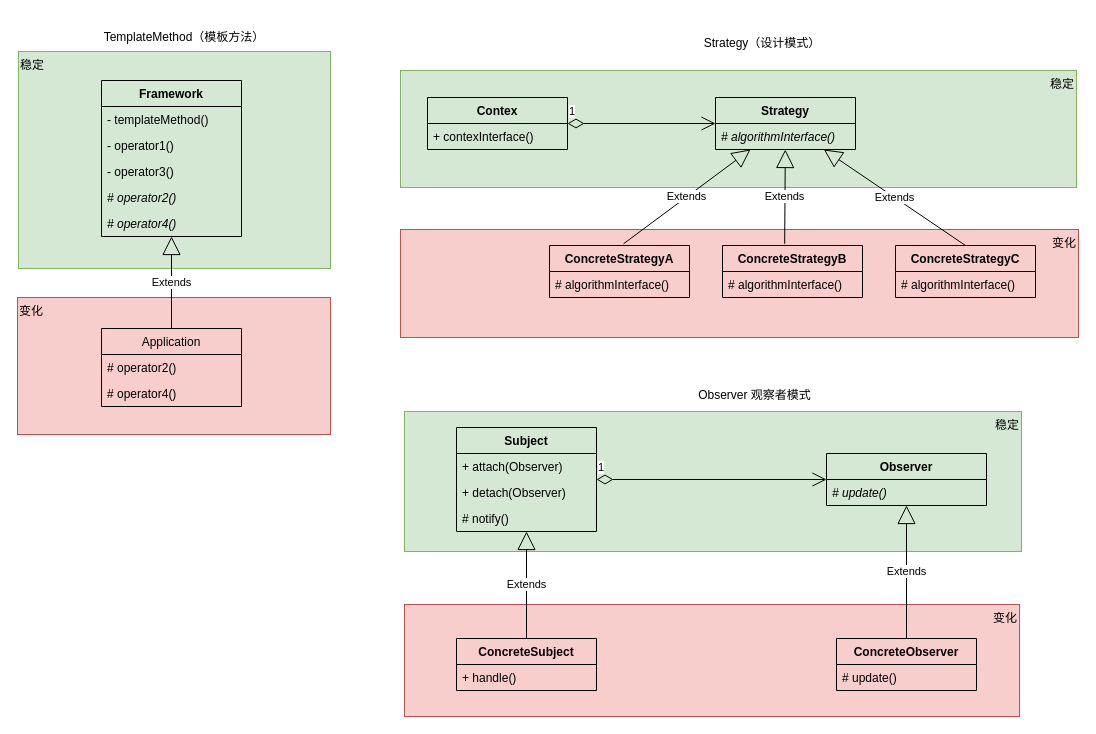
The draw.io diagram [language]/[What]c_cpp--base/gof/pic/uml.drawio in KcMeterCEC/explore, before the edit. Source tidied: cells renumbered, new cells numbered last; positions are measured from the earlier drawing's top-left corner, leaving out a move shared by most shapes. Both pictures are drawn from the tidied source at 100%, with x=0, y=0 at pixel (17, 17).
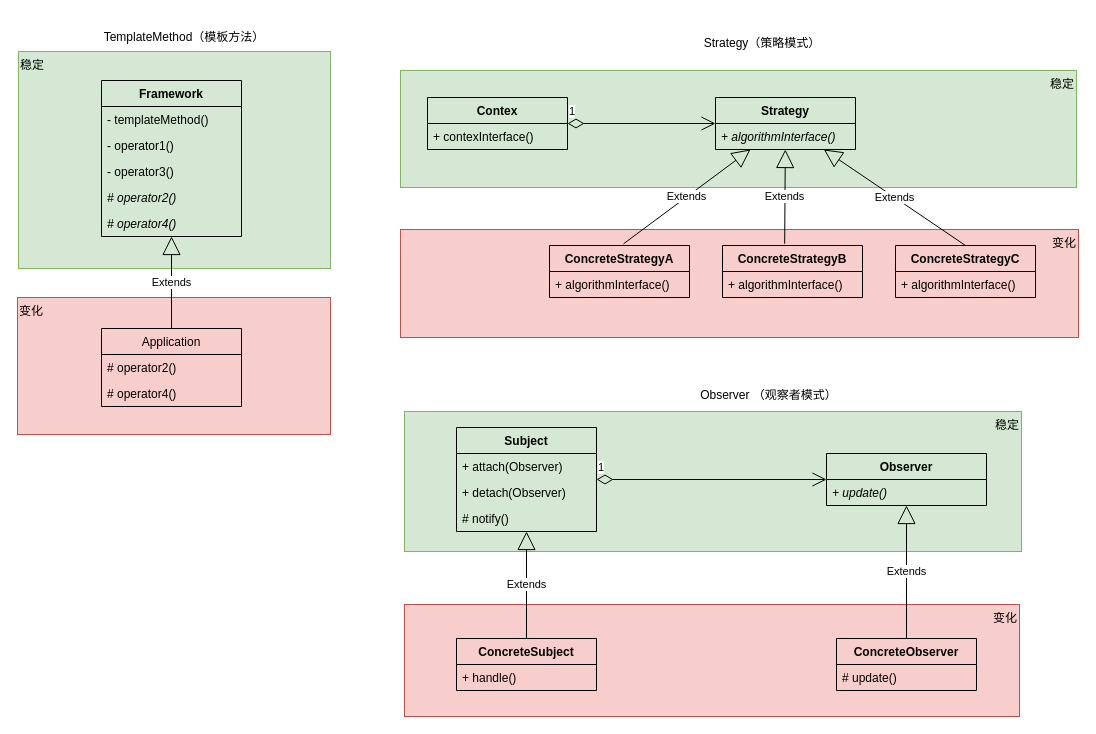
Above is the later version.

Unchanged cells that the change refers to:
```xml
<mxCell id="15" value="ConcreteStrategyA" style="swimlane;fontStyle=1;horizontal=1;startSize=26;fillColor=none;" parent="1" vertex="1">
  <mxGeometry x="532" y="228" width="140" height="52" as="geometry" />
</mxCell>
<mxCell id="17" value="ConcreteStrategyC" style="swimlane;fontStyle=1;horizontal=1;startSize=26;fillColor=none;" parent="1" vertex="1">
  <mxGeometry x="878" y="228" width="140" height="52" as="geometry" />
</mxCell>
<mxCell id="19" value="ConcreteStrategyB" style="swimlane;fontStyle=1;horizontal=1;startSize=26;fillColor=none;" parent="1" vertex="1">
  <mxGeometry x="705" y="228" width="140" height="52" as="geometry" />
</mxCell>
<mxCell id="23" value="Strategy" style="swimlane;fontStyle=1;horizontal=1;startSize=26;fillColor=none;" parent="1" vertex="1">
  <mxGeometry x="698" y="80" width="140" height="52" as="geometry" />
</mxCell>
<mxCell id="46" value="Observer" style="swimlane;fontStyle=1;align=center;verticalAlign=top;horizontal=1;startSize=26;fillColor=none;" parent="1" vertex="1">
  <mxGeometry x="809" y="436" width="160" height="52" as="geometry" />
</mxCell>
```

The edit, as a diff of the source:
```diff
@@
-    <mxCell id="10" value="Strategy（设计模式）" style="text;html=1;strokeColor=none;fillColor=none;align=center;verticalAlign=middle;whiteSpace=wrap;rounded=0;" parent="1" vertex="1">
+    <mxCell id="10" value="Strategy（策略模式）" style="text;html=1;strokeColor=none;fillColor=none;align=center;verticalAlign=middle;whiteSpace=wrap;rounded=0;" parent="1" vertex="1">
       <mxGeometry x="683" y="17" width="124" height="17" as="geometry" />
     </mxCell>
@@
-    <mxCell id="16" value="# algorithmInterface()" style="text;strokeColor=none;fillColor=none;align=left;verticalAlign=top;spacingLeft=4;spacingRight=4;overflow=hidden;" parent="15" vertex="1">
+    <mxCell id="16" value="+ algorithmInterface()" style="text;strokeColor=none;fillColor=none;align=left;verticalAlign=top;spacingLeft=4;spacingRight=4;overflow=hidden;" parent="15" vertex="1">
       <mxGeometry y="26" width="140" height="26" as="geometry" />
     </mxCell>
@@
-    <mxCell id="18" value="# algorithmInterface()" style="text;strokeColor=none;fillColor=none;align=left;verticalAlign=top;spacingLeft=4;spacingRight=4;overflow=hidden;" parent="17" vertex="1">
+    <mxCell id="18" value="+ algorithmInterface()" style="text;strokeColor=none;fillColor=none;align=left;verticalAlign=top;spacingLeft=4;spacingRight=4;overflow=hidden;" parent="17" vertex="1">
       <mxGeometry y="26" width="140" height="26" as="geometry" />
     </mxCell>
@@
-    <mxCell id="20" value="# algorithmInterface()" style="text;strokeColor=none;fillColor=none;align=left;verticalAlign=top;spacingLeft=4;spacingRight=4;overflow=hidden;" parent="19" vertex="1">
+    <mxCell id="20" value="+ algorithmInterface()" style="text;strokeColor=none;fillColor=none;align=left;verticalAlign=top;spacingLeft=4;spacingRight=4;overflow=hidden;" parent="19" vertex="1">
       <mxGeometry y="26" width="140" height="26" as="geometry" />
     </mxCell>
@@
-    <mxCell id="24" value="# algorithmInterface()" style="text;strokeColor=none;fillColor=none;align=left;verticalAlign=top;spacingLeft=4;spacingRight=4;overflow=hidden;fontStyle=2;" parent="23" vertex="1">
+    <mxCell id="24" value="+ algorithmInterface()" style="text;strokeColor=none;fillColor=none;align=left;verticalAlign=top;spacingLeft=4;spacingRight=4;overflow=hidden;fontStyle=2;" parent="23" vertex="1">
       <mxGeometry y="26" width="140" height="26" as="geometry" />
     </mxCell>
@@
-    <mxCell id="34" value="Observer 观察者模式" style="text;html=1;strokeColor=none;fillColor=none;align=center;verticalAlign=middle;whiteSpace=wrap;rounded=0;" parent="1" vertex="1">
-      <mxGeometry x="674" y="366" width="127" height="23" as="geometry" />
+    <mxCell id="34" value="Observer （观察者模式）" style="text;html=1;strokeColor=none;fillColor=none;align=center;verticalAlign=middle;whiteSpace=wrap;rounded=0;" parent="1" vertex="1">
+      <mxGeometry x="674" y="366" width="155" height="23" as="geometry" />
     </mxCell>
@@
-    <mxCell id="47" value="# update()" style="text;strokeColor=none;fillColor=none;align=left;verticalAlign=top;spacingLeft=4;spacingRight=4;overflow=hidden;fontStyle=2;" parent="46" vertex="1">
+    <mxCell id="47" value="+ update()" style="text;strokeColor=none;fillColor=none;align=left;verticalAlign=top;spacingLeft=4;spacingRight=4;overflow=hidden;fontStyle=2;" parent="46" vertex="1">
       <mxGeometry y="26" width="160" height="26" as="geometry" />
     </mxCell>
```
